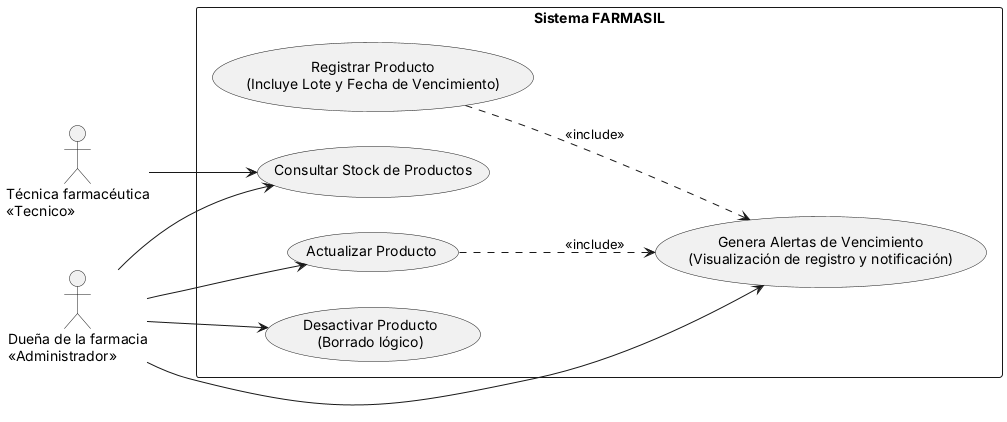
Luis-Ayben-Chahua-Charca/Farmasil_App keeps this PlantUML diagram as docs/diagramas/CU-04_Inventario.png. Above is the earlier version.
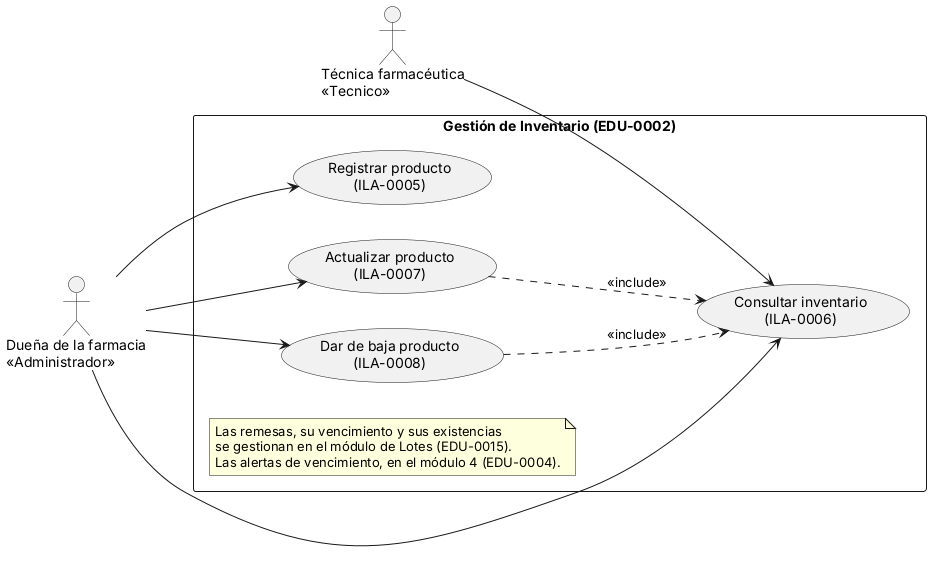
The same diagram one commit later.

Change to the diagram source:
```diff
@@ -5,22 +5,23 @@
 actor "Técnica farmacéutica\n<<Tecnico>>" as Tecnica
 actor "Dueña de la farmacia\n<<Administrador>>" as Duena
 
-rectangle "Sistema FARMASIL" {
-    usecase "Registrar Producto\n(Incluye Lote y Fecha de Vencimiento)" as UC_Registrar
-    usecase "Consultar Stock de Productos" as UC_Consultar
-    usecase "Actualizar Producto" as UC_Actualizar
-    usecase "Desactivar Producto\n(Borrado lógico)" as UC_Desactivar
-    usecase "Genera Alertas de Vencimiento\n(Visualización de registro y notificación)" as UC_Alertas
+rectangle "Gestión de Inventario (EDU-0002)" {
+    usecase "Registrar producto\n(ILA-0005)" as UC_Registrar
+    usecase "Consultar inventario\n(ILA-0006)" as UC_Consultar
+    usecase "Actualizar producto\n(ILA-0007)" as UC_Actualizar
+    usecase "Dar de baja producto\n(ILA-0008)" as UC_Baja
+
+    note "Las remesas, su vencimiento y sus existencias\nse gestionan en el módulo de Lotes (EDU-0015).\nLas alertas de vencimiento, en el módulo 4 (EDU-0004)." as N1
 }
 
 Tecnica --> UC_Consultar
 
+Duena --> UC_Registrar
 Duena --> UC_Consultar
 Duena --> UC_Actualizar
-Duena --> UC_Desactivar
-Duena --> UC_Alertas
+Duena --> UC_Baja
 
-UC_Registrar ..> UC_Alertas : <<include>>
-UC_Actualizar ..> UC_Alertas : <<include>>
+UC_Actualizar ..> UC_Consultar : <<include>>
+UC_Baja ..> UC_Consultar : <<include>>
 
 @enduml
```
